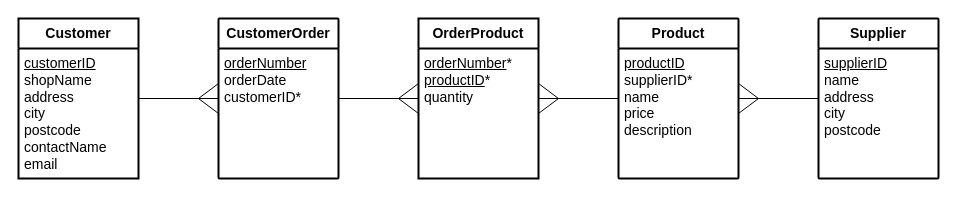
This is page "Customer" (17 of 27) of higher/ddd/H-DDD-Clydeview/assets/Diagrams/H DDD Clydeview.drawio from MrFriendCS/MrFriendCS.github.io, a draw.io file, before an edit. Source tidied: cells renumbered, new cells numbered last; positions are measured from the earlier drawing's top-left corner, leaving out a move shared by most shapes. Both pictures are drawn from the tidied source at 100%, with x=0, y=0 at pixel (18, 18).
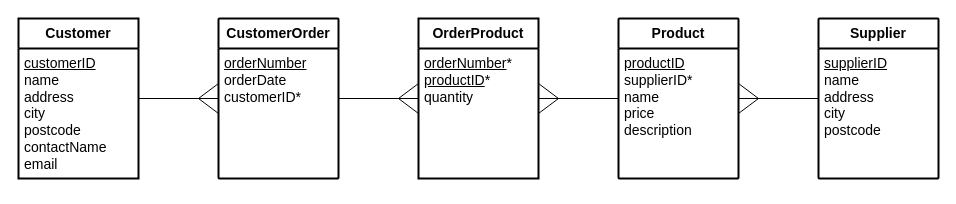
The same page after the edit.

The change refers to these unchanged cells:
```xml
<mxCell id="14" value="&lt;b&gt;Customer&lt;/b&gt;" style="swimlane;horizontal=1;startSize=30;rounded=1;fontSize=14;fontStyle=0;strokeWidth=2;shadow=0;dashed=0;align=center;arcSize=0;whiteSpace=wrap;html=1;fillColor=none;" parent="1" vertex="1">
  <mxGeometry width="120" height="160" as="geometry" />
</mxCell>
```

Change to the diagram source:
```diff
@@
-    <mxCell id="15" value="&lt;font style=&quot;font-size: 14px;&quot;&gt;&lt;u style=&quot;&quot;&gt;customerID&lt;br&gt;&lt;/u&gt;shopName&lt;br&gt;address&lt;br&gt;city&lt;br&gt;postcode&lt;br&gt;contactName&lt;br&gt;email&lt;/font&gt;" style="align=left;strokeColor=none;fillColor=none;spacingLeft=4;fontSize=12;verticalAlign=top;html=1;" parent="14" vertex="1">
+    <mxCell id="15" value="&lt;font style=&quot;font-size: 14px;&quot;&gt;&lt;u style=&quot;&quot;&gt;customerID&lt;br&gt;&lt;/u&gt;name&lt;br&gt;address&lt;br&gt;city&lt;br&gt;postcode&lt;br&gt;contactName&lt;br&gt;email&lt;/font&gt;" style="align=left;strokeColor=none;fillColor=none;spacingLeft=4;fontSize=12;verticalAlign=top;html=1;" parent="14" vertex="1">
       <mxGeometry y="30" width="120" height="130" as="geometry" />
     </mxCell>
```
